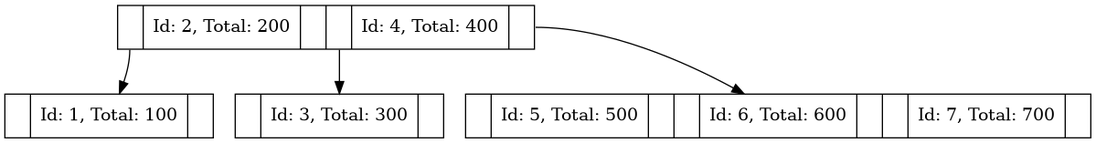
This is Fase#2/Reportes/arbol.png from Farot30/-EDD-1S2025_202307820, a Graphviz export, as it was before one commit. Its source is kept beside it as Fase#2/Reportes/arbol.dot. Source of this version:
```dot
digraph BTree {
    node [shape=record];
node0 [label="<f0> |Id: 2, Total: 200||<f1> |Id: 4, Total: 400|<f2>"];
node1 [label="<f0> |Id: 1, Total: 100|<f1>"];
    node0:f0 -> node1;
node2 [label="<f0> |Id: 3, Total: 300|<f1>"];
    node0:f1 -> node2;
node3 [label="<f0> |Id: 5, Total: 500||<f1> |Id: 6, Total: 600||<f2> |Id: 7, Total: 700|<f3>"];
    node0:f2 -> node3;
}
```
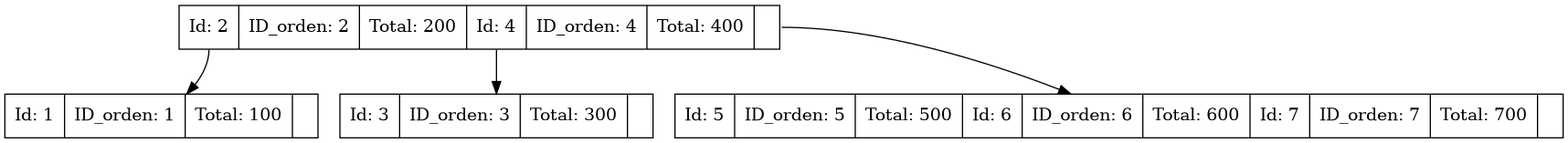
The same file after the commit.

What changed in the source:
```diff
@@ -1,10 +1,10 @@
 digraph BTree {
     node [shape=record];
-node0 [label="<f0> |Id: 2, Total: 200||<f1> |Id: 4, Total: 400|<f2>"];
-node1 [label="<f0> |Id: 1, Total: 100|<f1>"];
+node0 [label="<f0> Id: 2|ID_orden: 2|Total: 200|<f1> Id: 4|ID_orden: 4|Total: 400|<f2>"];
+node1 [label="<f0> Id: 1|ID_orden: 1|Total: 100|<f1>"];
     node0:f0 -> node1;
-node2 [label="<f0> |Id: 3, Total: 300|<f1>"];
+node2 [label="<f0> Id: 3|ID_orden: 3|Total: 300|<f1>"];
     node0:f1 -> node2;
-node3 [label="<f0> |Id: 5, Total: 500||<f1> |Id: 6, Total: 600||<f2> |Id: 7, Total: 700|<f3>"];
+node3 [label="<f0> Id: 5|ID_orden: 5|Total: 500|<f1> Id: 6|ID_orden: 6|Total: 600|<f2> Id: 7|ID_orden: 7|Total: 700|<f3>"];
     node0:f2 -> node3;
 }
```
